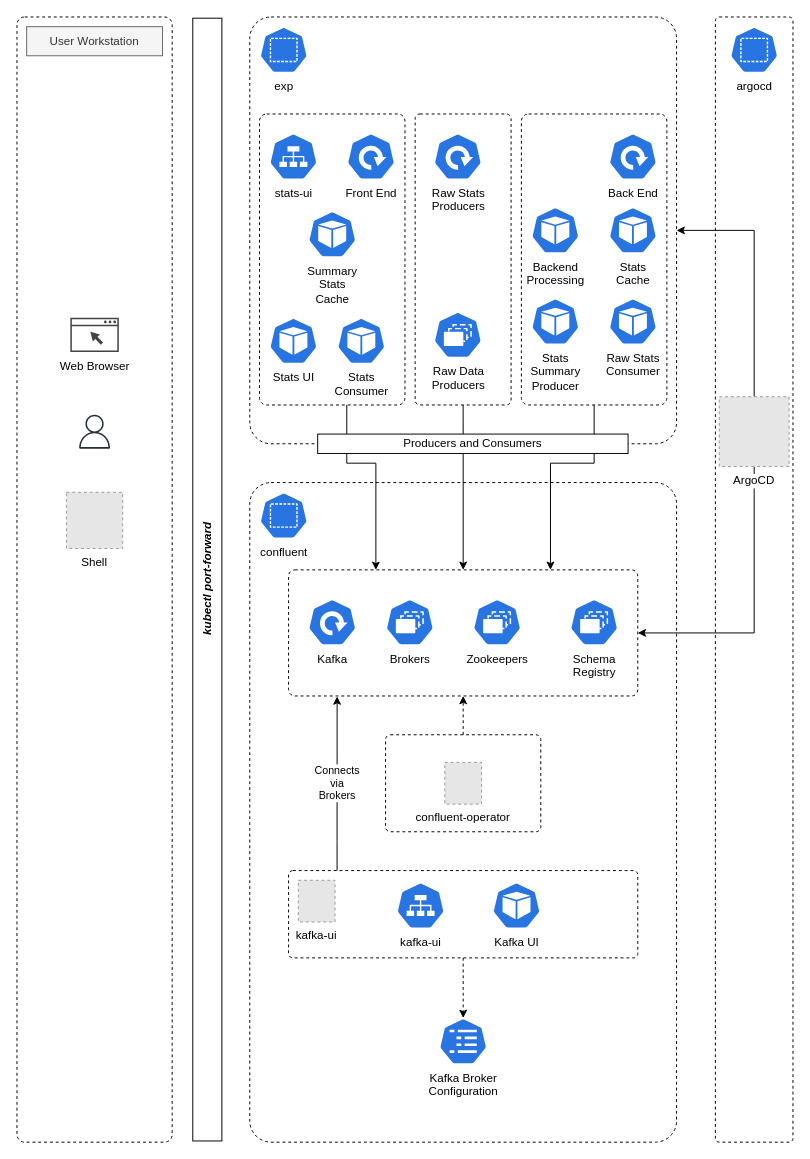
Before: diagrams/experimental-design.drawio in nicc777/k8s-kafka-experiment, a draw.io diagram. Source tidied: cells renumbered, new cells numbered last; positions are measured from the earlier drawing's top-left corner, leaving out a move shared by most shapes. Both pictures are drawn from the tidied source at 97%, with x=0, y=0 at pixel (-354, 16). Pictures stored in the file or linked from it are replaced by grey dashed boxes.
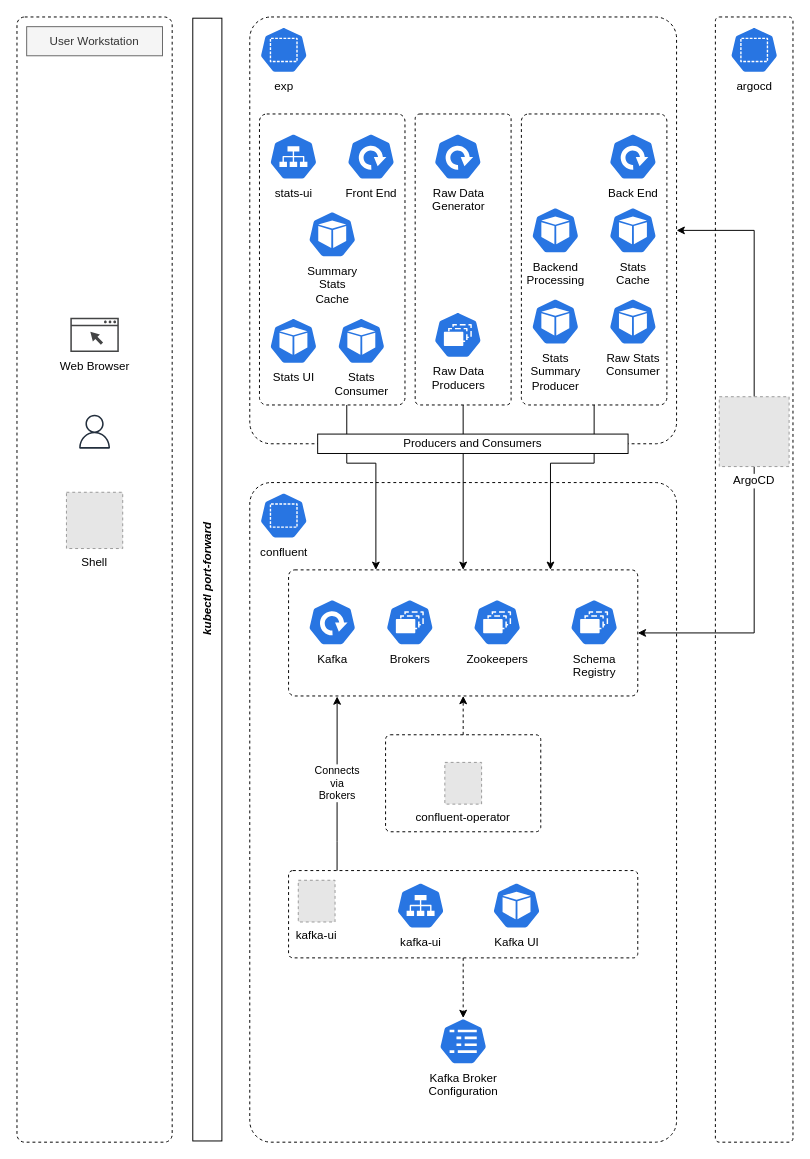
Above is the later version.

Commit message (it also covers changes not shown here):
Added the basic test scenario details

What changed in the source:
```diff
@@
-    <mxCell id="37" value="&lt;div&gt;Raw Stats&lt;/div&gt;Producers" style="sketch=0;html=1;dashed=0;whitespace=wrap;verticalLabelPosition=bottom;verticalAlign=top;fillColor=#2875E2;strokeColor=#ffffff;shape=mxgraph.kubernetes.icon2;prIcon=deploy;" parent="1" vertex="1">
+    <mxCell id="37" value="&lt;div&gt;Raw Data&lt;/div&gt;Generator" style="sketch=0;html=1;dashed=0;whitespace=wrap;verticalLabelPosition=bottom;verticalAlign=top;fillColor=#2875E2;strokeColor=#ffffff;shape=mxgraph.kubernetes.icon2;prIcon=deploy;" parent="1" vertex="1">
       <mxGeometry x="811.5" y="120" width="50" height="48" as="geometry" />
     </mxCell>
```
